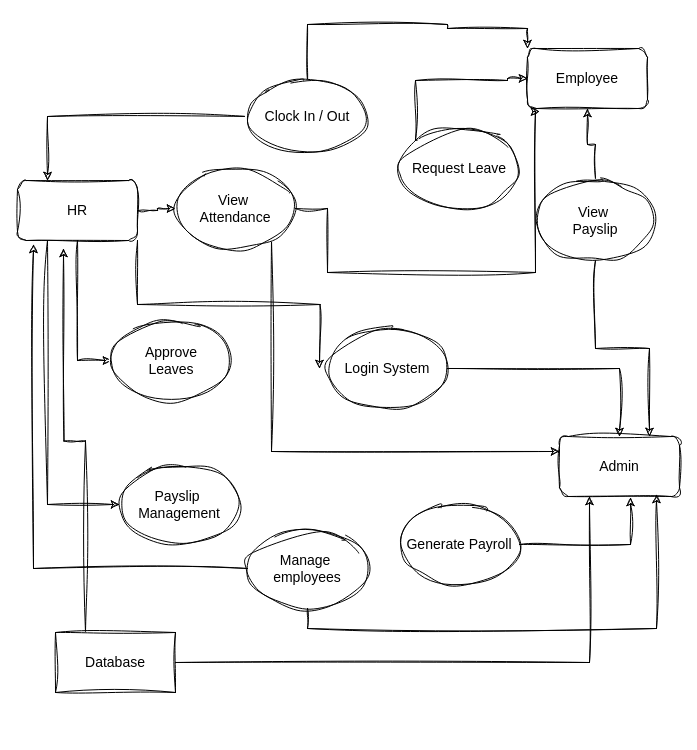
anurags05/hr-manament-system keeps this draw.io diagram as HRMS Design System Architecture.drawio. Above is the earlier version. Source tidied: cells renumbered, new cells numbered last; positions are measured from the earlier drawing's top-left corner, leaving out a move shared by most shapes. Both pictures are drawn from the tidied source at 100%, with x=0, y=0 at pixel (17, 24).
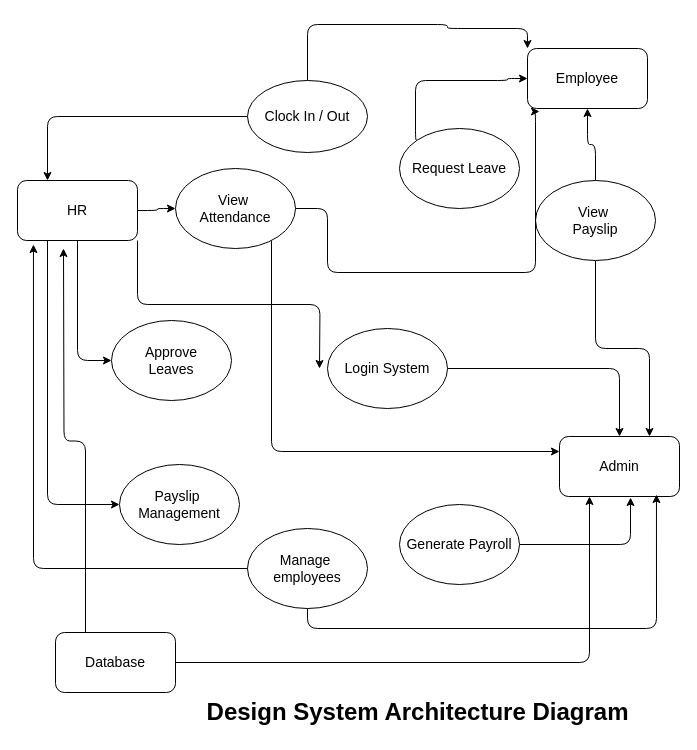
After the change.

What changed in the source:
```diff
@@
-    <mxCell id="2" value="Admin" style="rounded=1;whiteSpace=wrap;html=1;labelBackgroundColor=none;fontFamily=Helvetica;sketch=1;curveFitting=1;jiggle=2;fontSize=14;" parent="1" vertex="1">
+    <mxCell id="2" value="Admin" style="rounded=1;whiteSpace=wrap;html=1;labelBackgroundColor=none;fontFamily=Helvetica;fontSize=14;" parent="1" vertex="1">
       <mxGeometry x="542" y="412" width="120" height="60" as="geometry" />
     </mxCell>
-    <mxCell id="3" value="Employee" style="rounded=1;whiteSpace=wrap;html=1;labelBackgroundColor=none;fontFamily=Helvetica;sketch=1;curveFitting=1;jiggle=2;fontSize=14;" parent="1" vertex="1">
+    <mxCell id="3" value="Employee" style="rounded=1;whiteSpace=wrap;html=1;labelBackgroundColor=none;fontFamily=Helvetica;fontSize=14;" parent="1" vertex="1">
       <mxGeometry x="510" y="24" width="120" height="60" as="geometry" />
     </mxCell>
-    <mxCell id="4" style="edgeStyle=orthogonalEdgeStyle;rounded=0;sketch=1;hachureGap=4;jiggle=2;curveFitting=1;jettySize=auto;html=1;entryX=0;entryY=0.5;entryDx=0;entryDy=0;fontFamily=Architects Daughter;" parent="1" edge="1" source="8" target="10">
+    <mxCell id="4" style="edgeStyle=orthogonalEdgeStyle;rounded=1;hachureGap=4;jettySize=auto;html=1;entryX=0;entryY=0.5;entryDx=0;entryDy=0;fontFamily=Architects Daughter;labelBackgroundColor=none;fontColor=default;" parent="1" edge="1" source="8" target="10">
       <mxGeometry relative="1" as="geometry" />
     </mxCell>
-    <mxCell id="5" style="edgeStyle=orthogonalEdgeStyle;rounded=0;sketch=1;hachureGap=4;jiggle=2;curveFitting=1;jettySize=auto;html=1;exitX=0.25;exitY=1;exitDx=0;exitDy=0;entryX=0;entryY=0.5;entryDx=0;entryDy=0;fontFamily=Architects Daughter;" parent="1" edge="1" source="8" target="24">
+    <mxCell id="5" style="edgeStyle=orthogonalEdgeStyle;rounded=1;hachureGap=4;jettySize=auto;html=1;exitX=0.25;exitY=1;exitDx=0;exitDy=0;entryX=0;entryY=0.5;entryDx=0;entryDy=0;fontFamily=Architects Daughter;labelBackgroundColor=none;fontColor=default;" parent="1" edge="1" source="8" target="24">
       <mxGeometry relative="1" as="geometry" />
     </mxCell>
-    <mxCell id="6" style="edgeStyle=orthogonalEdgeStyle;rounded=0;sketch=1;hachureGap=4;jiggle=2;curveFitting=1;jettySize=auto;html=1;entryX=0;entryY=0.5;entryDx=0;entryDy=0;fontFamily=Architects Daughter;" parent="1" edge="1" source="8" target="15">
+    <mxCell id="6" style="edgeStyle=orthogonalEdgeStyle;rounded=1;hachureGap=4;jettySize=auto;html=1;entryX=0;entryY=0.5;entryDx=0;entryDy=0;fontFamily=Architects Daughter;labelBackgroundColor=none;fontColor=default;" parent="1" edge="1" source="8" target="15">
       <mxGeometry relative="1" as="geometry" />
     </mxCell>
-    <mxCell id="7" style="edgeStyle=orthogonalEdgeStyle;rounded=0;sketch=1;hachureGap=4;jiggle=2;curveFitting=1;jettySize=auto;html=1;exitX=1;exitY=1;exitDx=0;exitDy=0;fontFamily=Architects Daughter;" parent="1" edge="1" source="8">
+    <mxCell id="7" style="edgeStyle=orthogonalEdgeStyle;rounded=1;hachureGap=4;jettySize=auto;html=1;exitX=1;exitY=1;exitDx=0;exitDy=0;fontFamily=Architects Daughter;labelBackgroundColor=none;fontColor=default;" parent="1" edge="1" source="8">
       <mxGeometry relative="1" as="geometry">
         <mxPoint x="302" y="344" as="targetPoint" />
       </mxGeometry>
     </mxCell>
-    <mxCell id="8" value="HR" style="rounded=1;whiteSpace=wrap;html=1;labelBackgroundColor=none;fontFamily=Helvetica;sketch=1;curveFitting=1;jiggle=2;fontSize=14;" parent="1" vertex="1">
+    <mxCell id="8" value="HR" style="rounded=1;whiteSpace=wrap;html=1;labelBackgroundColor=none;fontFamily=Helvetica;fontSize=14;" parent="1" vertex="1">
       <mxGeometry y="156" width="120" height="60" as="geometry" />
     </mxCell>
-    <mxCell id="9" value="Manage&amp;nbsp;&lt;div&gt;employees&lt;/div&gt;" style="ellipse;whiteSpace=wrap;html=1;hachureGap=4;fontFamily=Helvetica;sketch=1;curveFitting=1;jiggle=2;fontSize=14;" parent="1" vertex="1">
+    <mxCell id="9" value="Manage&amp;nbsp;&lt;div&gt;employees&lt;/div&gt;" style="ellipse;whiteSpace=wrap;html=1;hachureGap=4;fontFamily=Helvetica;fontSize=14;rounded=1;labelBackgroundColor=none;" parent="1" vertex="1">
       <mxGeometry x="230" y="504" width="120" height="80" as="geometry" />
     </mxCell>
-    <mxCell id="10" value="Approve&lt;br&gt;Leaves" style="ellipse;whiteSpace=wrap;html=1;hachureGap=4;fontFamily=Helvetica;sketch=1;curveFitting=1;jiggle=2;fontSize=14;" parent="1" vertex="1">
+    <mxCell id="10" value="Approve&lt;br&gt;Leaves" style="ellipse;whiteSpace=wrap;html=1;hachureGap=4;fontFamily=Helvetica;fontSize=14;rounded=1;labelBackgroundColor=none;" parent="1" vertex="1">
       <mxGeometry x="94" y="296" width="120" height="80" as="geometry" />
     </mxCell>
-    <mxCell id="11" style="edgeStyle=orthogonalEdgeStyle;rounded=0;sketch=1;hachureGap=4;jiggle=2;curveFitting=1;jettySize=auto;html=1;entryX=0.25;entryY=1;entryDx=0;entryDy=0;fontFamily=Architects Daughter;" parent="1" edge="1" source="13" target="2">
+    <mxCell id="11" style="edgeStyle=orthogonalEdgeStyle;rounded=1;hachureGap=4;jettySize=auto;html=1;entryX=0.25;entryY=1;entryDx=0;entryDy=0;fontFamily=Architects Daughter;labelBackgroundColor=none;fontColor=default;" parent="1" edge="1" source="13" target="2">
       <mxGeometry relative="1" as="geometry" />
     </mxCell>
-    <mxCell id="12" style="edgeStyle=orthogonalEdgeStyle;rounded=0;sketch=1;hachureGap=4;jiggle=2;curveFitting=1;jettySize=auto;html=1;exitX=0.25;exitY=0;exitDx=0;exitDy=0;fontFamily=Architects Daughter;" parent="1" edge="1" source="13">
+    <mxCell id="12" style="edgeStyle=orthogonalEdgeStyle;rounded=1;hachureGap=4;jettySize=auto;html=1;exitX=0.25;exitY=0;exitDx=0;exitDy=0;fontFamily=Architects Daughter;labelBackgroundColor=none;fontColor=default;" parent="1" edge="1" source="13">
       <mxGeometry relative="1" as="geometry">
         <mxPoint x="46" y="224" as="targetPoint" />
       </mxGeometry>
     </mxCell>
-    <mxCell id="13" value="Database" style="rounded=0;whiteSpace=wrap;html=1;hachureGap=4;fontFamily=Helvetica;sketch=1;curveFitting=1;jiggle=2;fontSize=14;" parent="1" vertex="1">
+    <mxCell id="13" value="Database" style="rounded=1;whiteSpace=wrap;html=1;hachureGap=4;fontFamily=Helvetica;fontSize=14;labelBackgroundColor=none;" parent="1" vertex="1">
       <mxGeometry x="38" y="608" width="120" height="60" as="geometry" />
     </mxCell>
-    <mxCell id="14" style="edgeStyle=orthogonalEdgeStyle;rounded=0;sketch=1;hachureGap=4;jiggle=2;curveFitting=1;jettySize=auto;html=1;entryX=0;entryY=0.25;entryDx=0;entryDy=0;fontFamily=Architects Daughter;" parent="1" edge="1" source="15" target="2">
+    <mxCell id="14" style="edgeStyle=orthogonalEdgeStyle;rounded=1;hachureGap=4;jettySize=auto;html=1;entryX=0;entryY=0.25;entryDx=0;entryDy=0;fontFamily=Architects Daughter;labelBackgroundColor=none;fontColor=default;" parent="1" edge="1" source="15" target="2">
       <mxGeometry relative="1" as="geometry">
         <Array as="points">
           <mxPoint x="254" y="427" />
         </Array>
       </mxGeometry>
     </mxCell>
-    <mxCell id="15" value="View&amp;nbsp;&lt;br&gt;Attendance" style="ellipse;whiteSpace=wrap;html=1;hachureGap=4;fontFamily=Helvetica;sketch=1;curveFitting=1;jiggle=2;fontSize=14;" parent="1" vertex="1">
+    <mxCell id="15" value="View&amp;nbsp;&lt;br&gt;Attendance" style="ellipse;whiteSpace=wrap;html=1;hachureGap=4;fontFamily=Helvetica;fontSize=14;rounded=1;labelBackgroundColor=none;" parent="1" vertex="1">
       <mxGeometry x="158" y="144" width="120" height="80" as="geometry" />
     </mxCell>
-    <mxCell id="16" value="Generate Payroll" style="ellipse;whiteSpace=wrap;html=1;hachureGap=4;fontFamily=Helvetica;sketch=1;curveFitting=1;jiggle=2;fontSize=14;" parent="1" vertex="1">
+    <mxCell id="16" value="Generate Payroll" style="ellipse;whiteSpace=wrap;html=1;hachureGap=4;fontFamily=Helvetica;fontSize=14;rounded=1;labelBackgroundColor=none;" parent="1" vertex="1">
       <mxGeometry x="382" y="480" width="120" height="80" as="geometry" />
     </mxCell>
-    <mxCell id="17" style="edgeStyle=orthogonalEdgeStyle;rounded=0;sketch=1;hachureGap=4;jiggle=2;curveFitting=1;jettySize=auto;html=1;exitX=1;exitY=0.5;exitDx=0;exitDy=0;fontFamily=Architects Daughter;" parent="1" edge="1" source="18" target="2">
+    <mxCell id="17" style="edgeStyle=orthogonalEdgeStyle;rounded=1;hachureGap=4;jettySize=auto;html=1;exitX=1;exitY=0.5;exitDx=0;exitDy=0;fontFamily=Architects Daughter;labelBackgroundColor=none;fontColor=default;" parent="1" edge="1" source="18" target="2">
       <mxGeometry relative="1" as="geometry" />
     </mxCell>
-    <mxCell id="18" value="Login System" style="ellipse;whiteSpace=wrap;html=1;hachureGap=4;fontFamily=Helvetica;sketch=1;curveFitting=1;jiggle=2;fontSize=14;" parent="1" vertex="1">
+    <mxCell id="18" value="Login System" style="ellipse;whiteSpace=wrap;html=1;hachureGap=4;fontFamily=Helvetica;fontSize=14;rounded=1;labelBackgroundColor=none;" parent="1" vertex="1">
       <mxGeometry x="310" y="304" width="120" height="80" as="geometry" />
     </mxCell>
-    <mxCell id="19" style="edgeStyle=orthogonalEdgeStyle;rounded=0;sketch=1;hachureGap=4;jiggle=2;curveFitting=1;jettySize=auto;html=1;exitX=0;exitY=0;exitDx=0;exitDy=0;entryX=0;entryY=0.5;entryDx=0;entryDy=0;fontFamily=Architects Daughter;" parent="1" edge="1" source="20" target="3">
+    <mxCell id="19" style="edgeStyle=orthogonalEdgeStyle;rounded=1;hachureGap=4;jettySize=auto;html=1;exitX=0;exitY=0;exitDx=0;exitDy=0;entryX=0;entryY=0.5;entryDx=0;entryDy=0;fontFamily=Architects Daughter;labelBackgroundColor=none;fontColor=default;" parent="1" edge="1" source="20" target="3">
       <mxGeometry relative="1" as="geometry">
         <Array as="points">
           <mxPoint x="398" y="116" />
           <mxPoint x="398" y="56" />
           <mxPoint x="490" y="56" />
           <mxPoint x="490" y="54" />
         </Array>
       </mxGeometry>
     </mxCell>
-    <mxCell id="20" value="Request Leave" style="ellipse;whiteSpace=wrap;html=1;hachureGap=4;fontFamily=Helvetica;sketch=1;curveFitting=1;jiggle=2;fontSize=14;" parent="1" vertex="1">
+    <mxCell id="20" value="Request Leave" style="ellipse;whiteSpace=wrap;html=1;hachureGap=4;fontFamily=Helvetica;fontSize=14;rounded=1;labelBackgroundColor=none;" parent="1" vertex="1">
       <mxGeometry x="382" y="104" width="120" height="80" as="geometry" />
     </mxCell>
-    <mxCell id="21" style="edgeStyle=orthogonalEdgeStyle;rounded=0;sketch=1;hachureGap=4;jiggle=2;curveFitting=1;jettySize=auto;html=1;entryX=0;entryY=0;entryDx=0;entryDy=0;fontFamily=Architects Daughter;" parent="1" edge="1" source="23" target="3">
+    <mxCell id="21" style="edgeStyle=orthogonalEdgeStyle;rounded=1;hachureGap=4;jettySize=auto;html=1;entryX=0;entryY=0;entryDx=0;entryDy=0;fontFamily=Architects Daughter;labelBackgroundColor=none;fontColor=default;" parent="1" edge="1" source="23" target="3">
       <mxGeometry relative="1" as="geometry">
         <Array as="points">
           <mxPoint x="290" />
           <mxPoint x="430" />
           <mxPoint x="430" y="4" />
           <mxPoint x="510" y="4" />
         </Array>
       </mxGeometry>
     </mxCell>
-    <mxCell id="22" style="edgeStyle=orthogonalEdgeStyle;rounded=0;sketch=1;hachureGap=4;jiggle=2;curveFitting=1;jettySize=auto;html=1;entryX=0.25;entryY=0;entryDx=0;entryDy=0;fontFamily=Architects Daughter;" parent="1" edge="1" source="23" target="8">
+    <mxCell id="22" style="edgeStyle=orthogonalEdgeStyle;rounded=1;hachureGap=4;jettySize=auto;html=1;entryX=0.25;entryY=0;entryDx=0;entryDy=0;fontFamily=Architects Daughter;labelBackgroundColor=none;fontColor=default;" parent="1" edge="1" source="23" target="8">
       <mxGeometry relative="1" as="geometry" />
     </mxCell>
-    <mxCell id="23" value="Clock In / Out" style="ellipse;whiteSpace=wrap;html=1;hachureGap=4;fontFamily=Helvetica;sketch=1;curveFitting=1;jiggle=2;fontSize=14;" parent="1" vertex="1">
+    <mxCell id="23" value="Clock In / Out" style="ellipse;whiteSpace=wrap;html=1;hachureGap=4;fontFamily=Helvetica;fontSize=14;rounded=1;labelBackgroundColor=none;" parent="1" vertex="1">
       <mxGeometry x="230" y="56" width="120" height="72" as="geometry" />
     </mxCell>
-    <mxCell id="24" value="Payslip&amp;nbsp;&lt;br&gt;Management" style="ellipse;whiteSpace=wrap;html=1;hachureGap=4;fontFamily=Helvetica;sketch=1;curveFitting=1;jiggle=2;fontSize=14;" parent="1" vertex="1">
+    <mxCell id="24" value="Payslip&amp;nbsp;&lt;br&gt;Management" style="ellipse;whiteSpace=wrap;html=1;hachureGap=4;fontFamily=Helvetica;fontSize=14;rounded=1;labelBackgroundColor=none;" parent="1" vertex="1">
       <mxGeometry x="102" y="440" width="120" height="80" as="geometry" />
     </mxCell>
-    <mxCell id="25" style="edgeStyle=orthogonalEdgeStyle;rounded=0;sketch=1;hachureGap=4;jiggle=2;curveFitting=1;jettySize=auto;html=1;entryX=0.5;entryY=1;entryDx=0;entryDy=0;fontFamily=Architects Daughter;" parent="1" edge="1" source="27" target="3">
+    <mxCell id="25" style="edgeStyle=orthogonalEdgeStyle;rounded=1;hachureGap=4;jettySize=auto;html=1;entryX=0.5;entryY=1;entryDx=0;entryDy=0;fontFamily=Architects Daughter;labelBackgroundColor=none;fontColor=default;" parent="1" edge="1" source="27" target="3">
       <mxGeometry relative="1" as="geometry" />
     </mxCell>
-    <mxCell id="26" style="edgeStyle=orthogonalEdgeStyle;rounded=0;sketch=1;hachureGap=4;jiggle=2;curveFitting=1;jettySize=auto;html=1;entryX=0.75;entryY=0;entryDx=0;entryDy=0;fontFamily=Architects Daughter;" parent="1" edge="1" source="27" target="2">
+    <mxCell id="26" style="edgeStyle=orthogonalEdgeStyle;rounded=1;hachureGap=4;jettySize=auto;html=1;entryX=0.75;entryY=0;entryDx=0;entryDy=0;fontFamily=Architects Daughter;labelBackgroundColor=none;fontColor=default;" parent="1" edge="1" source="27" target="2">
       <mxGeometry relative="1" as="geometry" />
     </mxCell>
-    <mxCell id="27" value="View&amp;nbsp;&lt;br&gt;Payslip" style="ellipse;whiteSpace=wrap;html=1;hachureGap=4;fontFamily=Helvetica;sketch=1;curveFitting=1;jiggle=2;fontSize=14;" parent="1" vertex="1">
+    <mxCell id="27" value="View&amp;nbsp;&lt;br&gt;Payslip" style="ellipse;whiteSpace=wrap;html=1;hachureGap=4;fontFamily=Helvetica;fontSize=14;rounded=1;labelBackgroundColor=none;" parent="1" vertex="1">
       <mxGeometry x="518" y="156" width="120" height="80" as="geometry" />
     </mxCell>
-    <mxCell id="28" style="edgeStyle=orthogonalEdgeStyle;rounded=0;sketch=1;hachureGap=4;jiggle=2;curveFitting=1;jettySize=auto;html=1;entryX=0.592;entryY=1.017;entryDx=0;entryDy=0;entryPerimeter=0;fontFamily=Architects Daughter;" parent="1" edge="1" source="16" target="2">
+    <mxCell id="28" style="edgeStyle=orthogonalEdgeStyle;rounded=1;hachureGap=4;jettySize=auto;html=1;entryX=0.592;entryY=1.017;entryDx=0;entryDy=0;entryPerimeter=0;fontFamily=Architects Daughter;labelBackgroundColor=none;fontColor=default;" parent="1" edge="1" source="16" target="2">
       <mxGeometry relative="1" as="geometry" />
     </mxCell>
-    <mxCell id="29" style="edgeStyle=orthogonalEdgeStyle;rounded=0;sketch=1;hachureGap=4;jiggle=2;curveFitting=1;jettySize=auto;html=1;exitX=0.5;exitY=1;exitDx=0;exitDy=0;entryX=0.808;entryY=0.967;entryDx=0;entryDy=0;entryPerimeter=0;fontFamily=Architects Daughter;" parent="1" edge="1" source="9" target="2">
+    <mxCell id="29" style="edgeStyle=orthogonalEdgeStyle;rounded=1;hachureGap=4;jettySize=auto;html=1;exitX=0.5;exitY=1;exitDx=0;exitDy=0;entryX=0.808;entryY=0.967;entryDx=0;entryDy=0;entryPerimeter=0;fontFamily=Architects Daughter;labelBackgroundColor=none;fontColor=default;" parent="1" edge="1" source="9" target="2">
       <mxGeometry relative="1" as="geometry" />
     </mxCell>
-    <mxCell id="30" style="edgeStyle=orthogonalEdgeStyle;rounded=0;sketch=1;hachureGap=4;jiggle=2;curveFitting=1;jettySize=auto;html=1;entryX=0.133;entryY=1.067;entryDx=0;entryDy=0;entryPerimeter=0;fontFamily=Architects Daughter;" parent="1" edge="1" source="9" target="8">
+    <mxCell id="30" style="edgeStyle=orthogonalEdgeStyle;rounded=1;hachureGap=4;jettySize=auto;html=1;entryX=0.133;entryY=1.067;entryDx=0;entryDy=0;entryPerimeter=0;fontFamily=Architects Daughter;labelBackgroundColor=none;fontColor=default;" parent="1" edge="1" source="9" target="8">
       <mxGeometry relative="1" as="geometry" />
     </mxCell>
-    <mxCell id="31" style="edgeStyle=orthogonalEdgeStyle;rounded=0;sketch=1;hachureGap=4;jiggle=2;curveFitting=1;jettySize=auto;html=1;exitX=1;exitY=0.5;exitDx=0;exitDy=0;entryX=0.1;entryY=1.05;entryDx=0;entryDy=0;entryPerimeter=0;fontFamily=Architects Daughter;" parent="1" edge="1" source="15" target="3">
+    <mxCell id="31" style="edgeStyle=orthogonalEdgeStyle;rounded=1;hachureGap=4;jettySize=auto;html=1;exitX=1;exitY=0.5;exitDx=0;exitDy=0;entryX=0.1;entryY=1.05;entryDx=0;entryDy=0;entryPerimeter=0;fontFamily=Architects Daughter;labelBackgroundColor=none;fontColor=default;" parent="1" edge="1" source="15" target="3">
       <mxGeometry relative="1" as="geometry">
         <Array as="points">
           <mxPoint x="310" y="248" />
           <mxPoint x="518" y="248" />
           <mxPoint x="518" y="87" />
         </Array>
       </mxGeometry>
     </mxCell>
+    <mxCell id="32" value="Design System Architecture Diagram" style="text;html=1;fontSize=24;fontStyle=1;verticalAlign=middle;align=center;labelBackgroundColor=none;rounded=1;" parent="1" vertex="1">
+      <mxGeometry x="350" y="668" width="100" height="40" as="geometry" />
+    </mxCell>
```
